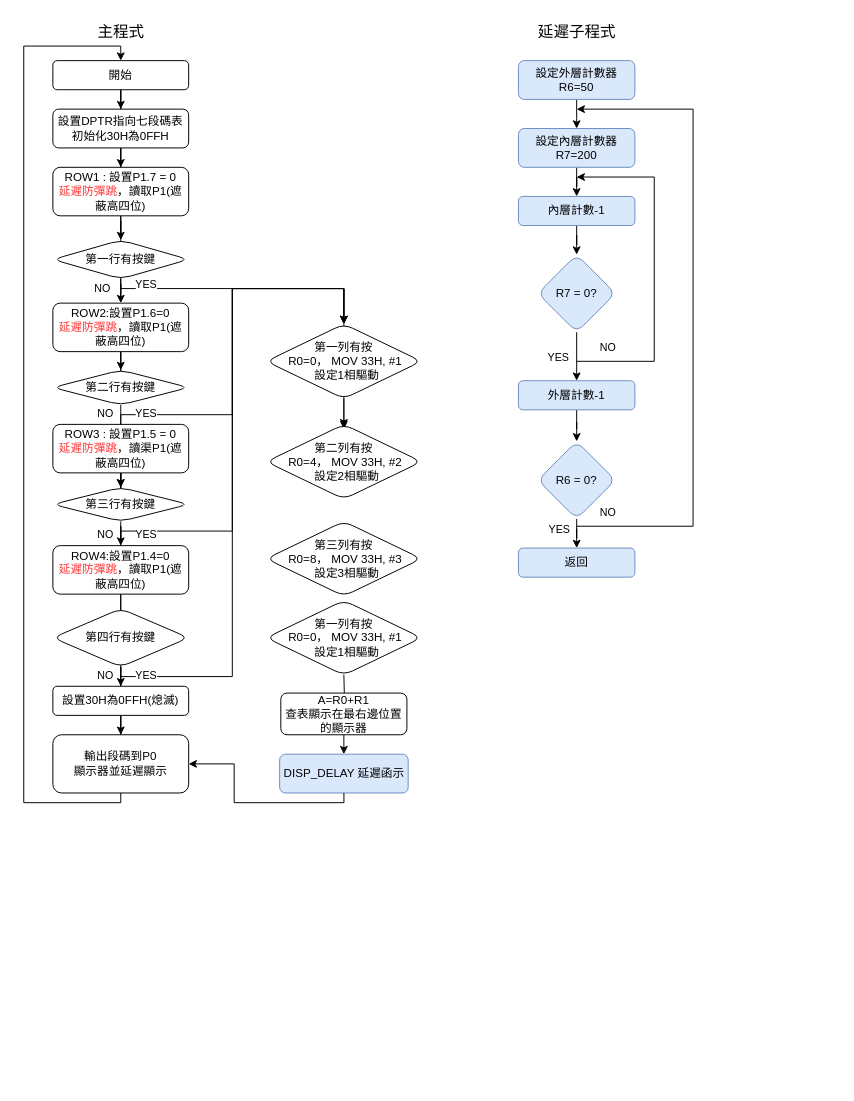
Earlier version of the draw.io diagram page "第 4 页" (4 of 4) of 未命名绘图.drawio (piting1104/se2). Source tidied: cells renumbered, new cells numbered last; positions are measured from the earlier drawing's top-left corner, leaving out a move shared by most shapes. Both pictures are drawn from the tidied source at 97%, with x=0, y=0 at pixel (23, 16).
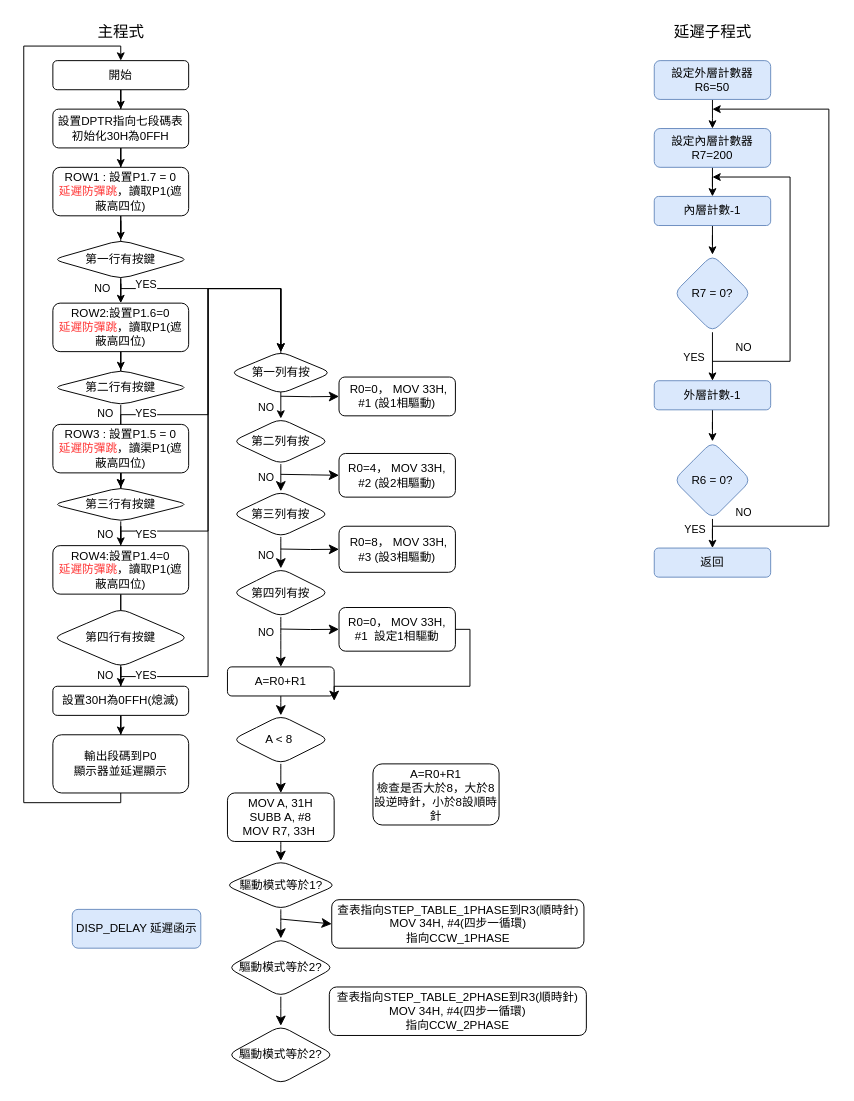
The same diagram, later.

Commit message (it also covers changes not shown here):
更新未命名绘图.drawio

The change refers to these unchanged cells:
```xml
<mxCell id="8" value="ROW1 : 設置P1.7 = 0&lt;br&gt;&lt;font style=&quot;color: rgb(255, 51, 51);&quot;&gt;延遲防彈跳&lt;/font&gt;，讀取P1(遮蔽高四位)" style="whiteSpace=wrap;html=1;rounded=1;" parent="1" vertex="1">
  <mxGeometry x="30" y="155" width="140" height="50" as="geometry" />
</mxCell>
<mxCell id="23" value="ROW4:設置P1.4=0&lt;div&gt;&lt;font style=&quot;color: rgb(255, 51, 51);&quot;&gt;延遲防彈跳&lt;/font&gt;，讀取P1&lt;span style=&quot;background-color: transparent; color: light-dark(rgb(0, 0, 0), rgb(255, 255, 255));&quot;&gt;(遮蔽高四位)&lt;/span&gt;&lt;/div&gt;" style="whiteSpace=wrap;html=1;rounded=1;" parent="1" vertex="1">
  <mxGeometry x="30" y="545" width="140" height="50" as="geometry" />
</mxCell>
<mxCell id="28" value="輸出段碼到P0&lt;div&gt;顯示器並延遲顯示&lt;/div&gt;" style="whiteSpace=wrap;html=1;rounded=1;" parent="1" vertex="1">
  <mxGeometry x="30" y="740" width="140" height="60" as="geometry" />
</mxCell>
```

The edit, as a diff of the source:
```diff
@@
-    <mxCell id="7" style="edgeStyle=orthogonalEdgeStyle;rounded=0;jettySize=auto;html=1;" parent="1" edge="1" source="8">
+    <mxCell id="7" style="edgeStyle=orthogonalEdgeStyle;rounded=0;jettySize=auto;html=1;entryX=0.5;entryY=0;entryDx=0;entryDy=0;" parent="1" edge="1" source="8" target="67">
       <mxGeometry relative="1" as="geometry">
-        <mxPoint x="330" y="425" as="targetPoint" />
         <Array as="points">
           <mxPoint x="100" y="280" />
-          <mxPoint x="330" y="280" />
+          <mxPoint x="265" y="280" />
         </Array>
       </mxGeometry>
     </mxCell>
@@
     <mxCell id="15" style="edgeStyle=orthogonalEdgeStyle;rounded=0;jettySize=auto;html=1;entryX=0.5;entryY=0;entryDx=0;entryDy=0;" parent="1" edge="1" target="30">
       <mxGeometry relative="1" as="geometry">
         <mxPoint x="100" y="505" as="sourcePoint" />
         <Array as="points">
           <mxPoint x="100" y="410" />
-          <mxPoint x="215" y="410" />
-          <mxPoint x="215" y="280" />
-          <mxPoint x="330" y="280" />
+          <mxPoint x="190" y="410" />
+          <mxPoint x="190" y="280" />
+          <mxPoint x="265" y="280" />
         </Array>
       </mxGeometry>
     </mxCell>
@@
     <mxCell id="20" style="edgeStyle=orthogonalEdgeStyle;rounded=0;jettySize=auto;html=1;entryX=0.5;entryY=0;entryDx=0;entryDy=0;" parent="1" edge="1" target="30">
       <mxGeometry relative="1" as="geometry">
         <mxPoint x="100" y="665" as="sourcePoint" />
         <Array as="points">
           <mxPoint x="100" y="530" />
-          <mxPoint x="215" y="530" />
-          <mxPoint x="215" y="280" />
-          <mxPoint x="330" y="280" />
+          <mxPoint x="190" y="530" />
+          <mxPoint x="190" y="280" />
+          <mxPoint x="265" y="280" />
         </Array>
       </mxGeometry>
     </mxCell>
@@
     <mxCell id="22" style="edgeStyle=orthogonalEdgeStyle;rounded=0;jettySize=auto;html=1;entryX=0.5;entryY=0;entryDx=0;entryDy=0;" parent="1" edge="1" source="23" target="30">
       <mxGeometry relative="1" as="geometry">
         <Array as="points">
           <mxPoint x="100" y="680" />
-          <mxPoint x="215" y="680" />
-          <mxPoint x="215" y="280" />
-          <mxPoint x="330" y="280" />
+          <mxPoint x="190" y="680" />
+          <mxPoint x="190" y="280" />
+          <mxPoint x="265" y="280" />
         </Array>
       </mxGeometry>
     </mxCell>
@@
-    <mxCell id="29" style="edgeStyle=orthogonalEdgeStyle;rounded=0;jettySize=auto;html=1;" parent="1" edge="1" source="30">
-      <mxGeometry relative="1" as="geometry">
-        <mxPoint x="330" y="423" as="targetPoint" />
-      </mxGeometry>
-    </mxCell>
+    <mxCell id="70" style="edgeStyle=orthogonalEdgeStyle;rounded=0;jettySize=auto;html=1;fontSize=12;startSize=8;endSize=8;entryX=0;entryY=0.5;entryDx=0;entryDy=0;" parent="1" edge="1" target="78">
+      <mxGeometry relative="1" as="geometry">
+        <mxPoint x="265" y="391" as="sourcePoint" />
+      </mxGeometry>
+    </mxCell>
-    <mxCell id="30" value="第一列有按&lt;div&gt;&amp;nbsp; &amp;nbsp; &amp;nbsp; R0=0， MOV 33H, #1&amp;nbsp; &amp;nbsp; &amp;nbsp; &amp;nbsp; 設定1相驅動&lt;/div&gt;" style="rhombus;whiteSpace=wrap;html=1;rounded=1;" parent="1" vertex="1">
-      <mxGeometry x="250" y="316.5" width="160" height="77" as="geometry" />
+    <mxCell id="30" value="第一列有按" style="rhombus;whiteSpace=wrap;html=1;rounded=1;" parent="1" vertex="1">
+      <mxGeometry x="212.5" y="345" width="105" height="43.5" as="geometry" />
     </mxCell>
-    <mxCell id="31" style="edgeStyle=orthogonalEdgeStyle;rounded=0;orthogonalLoop=1;jettySize=auto;html=1;" parent="1" edge="1">
-      <mxGeometry relative="1" as="geometry">
-        <mxPoint x="330" y="473" as="sourcePoint" />
-        <mxPoint x="330" y="493" as="targetPoint" />
-      </mxGeometry>
-    </mxCell>
-    <mxCell id="32" style="edgeStyle=orthogonalEdgeStyle;rounded=0;orthogonalLoop=1;jettySize=auto;html=1;" parent="1" edge="1">
-      <mxGeometry relative="1" as="geometry">
-        <mxPoint x="330" y="557.5" as="sourcePoint" />
-        <mxPoint x="330" y="582.5" as="targetPoint" />
-      </mxGeometry>
-    </mxCell>
-    <mxCell id="33" style="edgeStyle=orthogonalEdgeStyle;rounded=0;jettySize=auto;html=1;" parent="1" edge="1" target="42">
-      <mxGeometry relative="1" as="geometry">
-        <mxPoint x="330" y="678" as="sourcePoint" />
-      </mxGeometry>
-    </mxCell>
@@
-    <mxCell id="41" style="edgeStyle=orthogonalEdgeStyle;rounded=0;jettySize=auto;html=1;" parent="1" edge="1" source="42" target="43">
-      <mxGeometry relative="1" as="geometry" />
-    </mxCell>
-    <mxCell id="42" value="A=R0+R1&lt;div&gt;查表顯示在最右邊位置的顯示器&lt;/div&gt;" style="whiteSpace=wrap;html=1;rounded=1;" parent="1" vertex="1">
-      <mxGeometry x="265" y="697" width="130" height="43" as="geometry" />
+    <mxCell id="42" value="A=R0+R1" style="whiteSpace=wrap;html=1;rounded=1;" parent="1" vertex="1">
+      <mxGeometry x="210" y="670" width="110" height="30" as="geometry" />
     </mxCell>
     <mxCell id="43" value="DISP_DELAY 延遲函示" style="whiteSpace=wrap;html=1;rounded=1;fillColor=#dae8fc;strokeColor=#6c8ebf;" parent="1" vertex="1">
-      <mxGeometry x="263.8" y="760" width="132.5" height="40" as="geometry" />
+      <mxGeometry x="50" y="920" width="132.5" height="40" as="geometry" />
     </mxCell>
@@
     <mxCell id="47" value="設定內層計數器R7=200" style="rounded=1;whiteSpace=wrap;html=1;fillColor=#dae8fc;strokeColor=#6c8ebf;" parent="1" vertex="1">
-      <mxGeometry x="510" y="115" width="120" height="40" as="geometry" />
+      <mxGeometry x="650" y="115" width="120" height="40" as="geometry" />
     </mxCell>
@@
     <mxCell id="49" value="內層計數-1" style="whiteSpace=wrap;html=1;rounded=1;fillColor=#dae8fc;strokeColor=#6c8ebf;" parent="1" vertex="1">
-      <mxGeometry x="510" y="185" width="120" height="30" as="geometry" />
+      <mxGeometry x="650" y="185" width="120" height="30" as="geometry" />
     </mxCell>
@@
     <mxCell id="52" value="R7 = 0?" style="rhombus;whiteSpace=wrap;html=1;rounded=1;fillColor=#dae8fc;strokeColor=#6c8ebf;" parent="1" vertex="1">
-      <mxGeometry x="530" y="245" width="80" height="80" as="geometry" />
+      <mxGeometry x="670" y="245" width="80" height="80" as="geometry" />
     </mxCell>
@@
     <mxCell id="54" value="外層計數-1" style="whiteSpace=wrap;html=1;rounded=1;fillColor=#dae8fc;strokeColor=#6c8ebf;" parent="1" vertex="1">
-      <mxGeometry x="510" y="375" width="120" height="30" as="geometry" />
+      <mxGeometry x="650" y="375" width="120" height="30" as="geometry" />
     </mxCell>
     <mxCell id="55" style="endArrow=classic;html=1;rounded=0;edgeStyle=orthogonalEdgeStyle;" parent="1" edge="1">
       <mxGeometry relative="1" as="geometry">
-        <mxPoint x="570" y="355" as="sourcePoint" />
-        <mxPoint x="570" y="165" as="targetPoint" />
+        <mxPoint x="710" y="355" as="sourcePoint" />
+        <mxPoint x="710" y="165" as="targetPoint" />
         <Array as="points">
-          <mxPoint x="650" y="355" />
-          <mxPoint x="650" y="165" />
+          <mxPoint x="790" y="355" />
+          <mxPoint x="790" y="165" />
         </Array>
       </mxGeometry>
     </mxCell>
     <mxCell id="56" style="edgeStyle=orthogonalEdgeStyle;rounded=0;jettySize=auto;html=1;" parent="1" edge="1" source="57">
       <mxGeometry relative="1" as="geometry">
-        <mxPoint x="570" y="115" as="targetPoint" />
+        <mxPoint x="710" y="115" as="targetPoint" />
       </mxGeometry>
     </mxCell>
     <mxCell id="57" value="設定外層計數器R6=50" style="rounded=1;whiteSpace=wrap;html=1;fillColor=#dae8fc;strokeColor=#6c8ebf;" parent="1" vertex="1">
-      <mxGeometry x="510" y="45" width="120" height="40" as="geometry" />
+      <mxGeometry x="650" y="45" width="120" height="40" as="geometry" />
     </mxCell>
     <mxCell id="58" value="NO" style="edgeLabel;html=1;align=center;verticalAlign=middle;" parent="1" vertex="1">
-      <mxGeometry x="570" y="355" as="geometry">
+      <mxGeometry x="710" y="355" as="geometry">
         <mxPoint x="31" y="-15" as="offset" />
       </mxGeometry>
     </mxCell>
     <mxCell id="59" value="YES" style="edgeLabel;html=1;align=center;verticalAlign=middle;" parent="1" vertex="1">
-      <mxGeometry x="540" y="582.5" as="geometry">
+      <mxGeometry x="680" y="582.5" as="geometry">
         <mxPoint x="11" y="-55" as="offset" />
       </mxGeometry>
     </mxCell>
@@
     <mxCell id="61" value="R6 = 0?" style="rhombus;whiteSpace=wrap;html=1;rounded=1;fillColor=#dae8fc;strokeColor=#6c8ebf;" parent="1" vertex="1">
-      <mxGeometry x="530" y="437.5" width="80" height="80" as="geometry" />
+      <mxGeometry x="670" y="437.5" width="80" height="80" as="geometry" />
     </mxCell>
     <mxCell id="62" value="返回" style="whiteSpace=wrap;html=1;rounded=1;fillColor=#dae8fc;strokeColor=#6c8ebf;" parent="1" vertex="1">
-      <mxGeometry x="510" y="547.5" width="120" height="30" as="geometry" />
+      <mxGeometry x="650" y="547.5" width="120" height="30" as="geometry" />
     </mxCell>
     <mxCell id="63" style="endArrow=classic;html=1;rounded=0;edgeStyle=orthogonalEdgeStyle;" parent="1" edge="1">
       <mxGeometry relative="1" as="geometry">
-        <mxPoint x="570" y="525" as="sourcePoint" />
-        <mxPoint x="570" y="95" as="targetPoint" />
+        <mxPoint x="710" y="525" as="sourcePoint" />
+        <mxPoint x="710" y="95" as="targetPoint" />
         <Array as="points">
-          <mxPoint x="690" y="525" />
-          <mxPoint x="690" y="95" />
+          <mxPoint x="830" y="525" />
+          <mxPoint x="830" y="95" />
         </Array>
       </mxGeometry>
     </mxCell>
     <mxCell id="64" value="NO" style="edgeLabel;html=1;align=center;verticalAlign=middle;" parent="1" vertex="1">
-      <mxGeometry x="570" y="525" as="geometry">
+      <mxGeometry x="710" y="525" as="geometry">
         <mxPoint x="31" y="-15" as="offset" />
       </mxGeometry>
     </mxCell>
     <mxCell id="65" value="延遲子程式" style="text;html=1;align=center;verticalAlign=middle;strokeColor=none;fillColor=none;fontSize=16;fontFamily=Times New Roman;" parent="1" vertex="1">
-      <mxGeometry x="520" width="100" height="30" as="geometry" />
+      <mxGeometry x="660" width="100" height="30" as="geometry" />
     </mxCell>
-    <mxCell id="66" style="endArrow=classic;html=1;rounded=0;exitX=0.5;exitY=1;exitDx=0;exitDy=0;entryX=1;entryY=0.5;entryDx=0;entryDy=0;edgeStyle=orthogonalEdgeStyle;" parent="1" edge="1" source="43" target="28">
-      <mxGeometry relative="1" as="geometry" />
-    </mxCell>
-    <mxCell id="67" value="第二列有按&lt;div&gt;&amp;nbsp; &amp;nbsp; &amp;nbsp; R0=4， MOV 33H, #2&amp;nbsp; &amp;nbsp; &amp;nbsp; &amp;nbsp; 設定2相驅動&lt;/div&gt;" style="rhombus;whiteSpace=wrap;html=1;rounded=1;" parent="1" vertex="1">
-      <mxGeometry x="250" y="420" width="160" height="77" as="geometry" />
+    <mxCell id="67" value="第二列有按" style="rhombus;whiteSpace=wrap;html=1;rounded=1;" parent="1" vertex="1">
+      <mxGeometry x="215" y="414" width="100" height="47" as="geometry" />
     </mxCell>
-    <mxCell id="68" value="第三列有按&lt;div&gt;&amp;nbsp; &amp;nbsp; &amp;nbsp; R0=8， MOV 33H, #3&amp;nbsp; &amp;nbsp; &amp;nbsp; &amp;nbsp; 設定3相驅動&lt;/div&gt;" style="rhombus;whiteSpace=wrap;html=1;rounded=1;" parent="1" vertex="1">
-      <mxGeometry x="250" y="520" width="160" height="77" as="geometry" />
+    <mxCell id="68" value="第三列有按" style="rhombus;whiteSpace=wrap;html=1;rounded=1;" parent="1" vertex="1">
+      <mxGeometry x="215" y="489" width="100" height="47" as="geometry" />
     </mxCell>
-    <mxCell id="69" value="第一列有按&lt;div&gt;&amp;nbsp; &amp;nbsp; &amp;nbsp; R0=0， MOV 33H, #1&amp;nbsp; &amp;nbsp; &amp;nbsp; &amp;nbsp; 設定1相驅動&lt;/div&gt;" style="rhombus;whiteSpace=wrap;html=1;rounded=1;" parent="1" vertex="1">
-      <mxGeometry x="250" y="601.5" width="160" height="77" as="geometry" />
+    <mxCell id="69" value="第四列有按" style="rhombus;whiteSpace=wrap;html=1;rounded=1;" parent="1" vertex="1">
+      <mxGeometry x="215" y="568.5" width="100" height="50" as="geometry" />
     </mxCell>
+    <mxCell id="71" value="&lt;span style=&quot;color: rgb(0, 0, 0); font-family: Helvetica; font-size: 11px; font-style: normal; font-variant-ligatures: normal; font-variant-caps: normal; font-weight: 400; letter-spacing: normal; orphans: 2; text-align: center; text-indent: 0px; text-transform: none; widows: 2; word-spacing: 0px; -webkit-text-stroke-width: 0px; white-space: nowrap; background-color: rgb(255, 255, 255); text-decoration-thickness: initial; text-decoration-style: initial; text-decoration-color: initial; display: inline !important; float: none;&quot;&gt;NO&lt;/span&gt;" style="text;whiteSpace=wrap;html=1;" parent="1" vertex="1">
+      <mxGeometry x="240" y="388.5" width="15" height="22.5" as="geometry" />
+    </mxCell>
+    <mxCell id="72" value="&lt;span style=&quot;color: rgb(0, 0, 0); font-family: Helvetica; font-size: 11px; font-style: normal; font-variant-ligatures: normal; font-variant-caps: normal; font-weight: 400; letter-spacing: normal; orphans: 2; text-align: center; text-indent: 0px; text-transform: none; widows: 2; word-spacing: 0px; -webkit-text-stroke-width: 0px; white-space: nowrap; background-color: rgb(255, 255, 255); text-decoration-thickness: initial; text-decoration-style: initial; text-decoration-color: initial; display: inline !important; float: none;&quot;&gt;NO&lt;/span&gt;" style="text;whiteSpace=wrap;html=1;" parent="1" vertex="1">
+      <mxGeometry x="240" y="461" width="5" height="23" as="geometry" />
+    </mxCell>
+    <mxCell id="73" value="&lt;span style=&quot;color: rgb(0, 0, 0); font-family: Helvetica; font-size: 11px; font-style: normal; font-variant-ligatures: normal; font-variant-caps: normal; font-weight: 400; letter-spacing: normal; orphans: 2; text-align: center; text-indent: 0px; text-transform: none; widows: 2; word-spacing: 0px; -webkit-text-stroke-width: 0px; white-space: nowrap; background-color: rgb(255, 255, 255); text-decoration-thickness: initial; text-decoration-style: initial; text-decoration-color: initial; display: inline !important; float: none;&quot;&gt;NO&lt;/span&gt;" style="text;whiteSpace=wrap;html=1;" parent="1" vertex="1">
+      <mxGeometry x="240" y="541" width="20" height="40" as="geometry" />
+    </mxCell>
+    <mxCell id="74" value="A=R0+R1&lt;div&gt;檢查是否大於8，大於8設逆時針，小於8設順時針&lt;/div&gt;" style="whiteSpace=wrap;html=1;rounded=1;" parent="1" vertex="1">
+      <mxGeometry x="360" y="770" width="130" height="63" as="geometry" />
+    </mxCell>
+    <mxCell id="75" style="endArrow=classic;html=1;rounded=0;fontSize=12;startSize=8;endSize=8;curved=1;exitX=0.5;exitY=1;exitDx=0;exitDy=0;entryX=0.5;entryY=0;entryDx=0;entryDy=0;" parent="1" edge="1" source="67" target="68">
+      <mxGeometry relative="1" as="geometry" />
+    </mxCell>
+    <mxCell id="76" style="endArrow=classic;html=1;rounded=0;fontSize=12;startSize=8;endSize=8;curved=1;exitX=0.5;exitY=1;exitDx=0;exitDy=0;entryX=0.5;entryY=0;entryDx=0;entryDy=0;" parent="1" edge="1" source="68" target="69">
+      <mxGeometry relative="1" as="geometry" />
+    </mxCell>
+    <mxCell id="77" style="endArrow=classic;html=1;rounded=0;fontSize=12;startSize=8;endSize=8;curved=1;exitX=0.5;exitY=1;exitDx=0;exitDy=0;entryX=0.5;entryY=0;entryDx=0;entryDy=0;" parent="1" edge="1" source="69" target="42">
+      <mxGeometry relative="1" as="geometry" />
+    </mxCell>
+    <mxCell id="78" value="&amp;nbsp;R0=0， MOV 33H, #1 (設1相驅動)" style="rounded=1;whiteSpace=wrap;html=1;" parent="1" vertex="1">
+      <mxGeometry x="325" y="371.2" width="120" height="40" as="geometry" />
+    </mxCell>
+    <mxCell id="79" value="R0=4， MOV 33H, #2&amp;nbsp;&lt;span style=&quot;background-color: transparent; color: light-dark(rgb(0, 0, 0), rgb(255, 255, 255));&quot;&gt;(設2相驅動)&lt;/span&gt;" style="whiteSpace=wrap;html=1;rounded=1;" parent="1" vertex="1">
+      <mxGeometry x="325" y="450" width="120" height="45" as="geometry" />
+    </mxCell>
+    <mxCell id="80" value="&amp;nbsp;R0=8， MOV 33H, #3 (設3相驅動)" style="whiteSpace=wrap;html=1;rounded=1;" parent="1" vertex="1">
+      <mxGeometry x="325" y="525" width="120" height="47.5" as="geometry" />
+    </mxCell>
+    <mxCell id="81" value="R0=0， MOV 33H, #1&amp;nbsp; 設定1相驅動" style="whiteSpace=wrap;html=1;rounded=1;" parent="1" vertex="1">
+      <mxGeometry x="325" y="608.8" width="120" height="45" as="geometry" />
+    </mxCell>
+    <mxCell id="82" style="edgeStyle=orthogonalEdgeStyle;rounded=0;jettySize=auto;html=1;fontSize=12;startSize=8;endSize=8;entryX=0;entryY=0.5;entryDx=0;entryDy=0;" parent="1" edge="1" target="79">
+      <mxGeometry relative="1" as="geometry">
+        <mxPoint x="265" y="471.5" as="sourcePoint" />
+      </mxGeometry>
+    </mxCell>
+    <mxCell id="83" style="edgeStyle=orthogonalEdgeStyle;rounded=0;jettySize=auto;html=1;fontSize=12;startSize=8;endSize=8;entryX=0;entryY=0.5;entryDx=0;entryDy=0;" parent="1" edge="1" target="80">
+      <mxGeometry relative="1" as="geometry">
+        <mxPoint x="265" y="548.5" as="sourcePoint" />
+      </mxGeometry>
+    </mxCell>
+    <mxCell id="84" style="edgeStyle=orthogonalEdgeStyle;rounded=0;jettySize=auto;html=1;fontSize=12;startSize=8;endSize=8;entryX=0;entryY=0.5;entryDx=0;entryDy=0;" parent="1" edge="1" target="81">
+      <mxGeometry relative="1" as="geometry">
+        <mxPoint x="265" y="631" as="sourcePoint" />
+      </mxGeometry>
+    </mxCell>
+    <mxCell id="85" value="&lt;span style=&quot;color: rgb(0, 0, 0); font-family: Helvetica; font-size: 11px; font-style: normal; font-variant-ligatures: normal; font-variant-caps: normal; font-weight: 400; letter-spacing: normal; orphans: 2; text-align: center; text-indent: 0px; text-transform: none; widows: 2; word-spacing: 0px; -webkit-text-stroke-width: 0px; white-space: nowrap; background-color: rgb(255, 255, 255); text-decoration-thickness: initial; text-decoration-style: initial; text-decoration-color: initial; display: inline !important; float: none;&quot;&gt;NO&lt;/span&gt;" style="text;whiteSpace=wrap;html=1;" parent="1" vertex="1">
+      <mxGeometry x="240" y="621" width="20" height="40" as="geometry" />
+    </mxCell>
+    <mxCell id="86" style="endArrow=classic;html=1;rounded=0;fontSize=12;startSize=8;endSize=8;exitX=1;exitY=0.5;exitDx=0;exitDy=0;edgeStyle=orthogonalEdgeStyle;spacing=2;jumpSize=6;spacingBottom=0;" parent="1" edge="1" source="81">
+      <mxGeometry relative="1" as="geometry">
+        <mxPoint x="320" y="705" as="targetPoint" />
+        <Array as="points">
+          <mxPoint x="460" y="631" />
+          <mxPoint x="460" y="690" />
+          <mxPoint x="320" y="690" />
+        </Array>
+      </mxGeometry>
+    </mxCell>
+    <mxCell id="87" value="A &amp;lt; 8&amp;nbsp;" style="rhombus;whiteSpace=wrap;html=1;rounded=1;" parent="1" vertex="1">
+      <mxGeometry x="215" y="720" width="100" height="50" as="geometry" />
+    </mxCell>
+    <mxCell id="88" style="endArrow=classic;html=1;rounded=0;fontSize=12;startSize=8;endSize=8;curved=1;exitX=0.5;exitY=1;exitDx=0;exitDy=0;entryX=0.5;entryY=0;entryDx=0;entryDy=0;" parent="1" edge="1" source="42" target="87">
+      <mxGeometry relative="1" as="geometry" />
+    </mxCell>
+    <mxCell id="89" value="&lt;div&gt;MOV A, 31H&lt;/div&gt;&lt;div&gt;SUBB A, #8&lt;/div&gt;&lt;div&gt;MOV R7, 33H&amp;nbsp;&lt;/div&gt;" style="whiteSpace=wrap;html=1;rounded=1;" parent="1" vertex="1">
+      <mxGeometry x="210" y="800" width="110" height="50" as="geometry" />
+    </mxCell>
+    <mxCell id="90" style="endArrow=classic;html=1;rounded=0;fontSize=12;startSize=8;endSize=8;curved=1;exitX=0.5;exitY=1;exitDx=0;exitDy=0;entryX=0.5;entryY=0;entryDx=0;entryDy=0;" parent="1" edge="1" source="87" target="89">
+      <mxGeometry relative="1" as="geometry" />
+    </mxCell>
+    <mxCell id="91" style="rounded=0;jettySize=auto;html=1;fontSize=12;startSize=8;endSize=8;entryX=0;entryY=0.5;entryDx=0;entryDy=0;" parent="1" edge="1" target="95">
+      <mxGeometry relative="1" as="geometry">
+        <mxPoint x="265" y="930" as="sourcePoint" />
+      </mxGeometry>
+    </mxCell>
+    <mxCell id="92" style="edgeStyle=none;curved=1;rounded=0;jettySize=auto;html=1;fontSize=12;startSize=8;endSize=8;" parent="1" edge="1" source="93" target="97">
+      <mxGeometry relative="1" as="geometry" />
+    </mxCell>
+    <mxCell id="93" value="驅動模式等於1?" style="rhombus;whiteSpace=wrap;html=1;rounded=1;" parent="1" vertex="1">
+      <mxGeometry x="207.5" y="870" width="115" height="50" as="geometry" />
+    </mxCell>
+    <mxCell id="94" style="endArrow=classic;html=1;rounded=0;fontSize=12;startSize=8;endSize=8;curved=1;exitX=0.5;exitY=1;exitDx=0;exitDy=0;entryX=0.5;entryY=0;entryDx=0;entryDy=0;" parent="1" edge="1" source="89" target="93">
+      <mxGeometry relative="1" as="geometry" />
+    </mxCell>
+    <mxCell id="95" value="查表指向STEP_TABLE_1PHASE到R3(順時針)&lt;div&gt;MOV 34H, #4(四步一循環)&lt;/div&gt;&lt;div&gt;指向CCW_1PHASE&lt;/div&gt;" style="whiteSpace=wrap;html=1;rounded=1;" parent="1" vertex="1">
+      <mxGeometry x="317.5" y="910" width="260" height="50" as="geometry" />
+    </mxCell>
+    <mxCell id="96" style="edgeStyle=none;curved=1;rounded=0;jettySize=auto;html=1;fontSize=12;startSize=8;endSize=8;" parent="1" edge="1" source="97" target="98">
+      <mxGeometry relative="1" as="geometry" />
+    </mxCell>
+    <mxCell id="97" value="驅動模式等於2?" style="rhombus;whiteSpace=wrap;html=1;rounded=1;" parent="1" vertex="1">
+      <mxGeometry x="210" y="950" width="110" height="60" as="geometry" />
+    </mxCell>
+    <mxCell id="98" value="驅動模式等於2?" style="rhombus;whiteSpace=wrap;html=1;rounded=1;" parent="1" vertex="1">
+      <mxGeometry x="210" y="1040" width="110" height="60" as="geometry" />
+    </mxCell>
+    <mxCell id="99" value="查表指向STEP_TABLE_2PHASE到R3(順時針)&lt;div&gt;MOV 34H, #4(四步一循環)&lt;/div&gt;&lt;div&gt;指向CCW_2PHASE&lt;/div&gt;" style="whiteSpace=wrap;html=1;rounded=1;" parent="1" vertex="1">
+      <mxGeometry x="315" y="1000" width="265" height="50" as="geometry" />
+    </mxCell>
```
